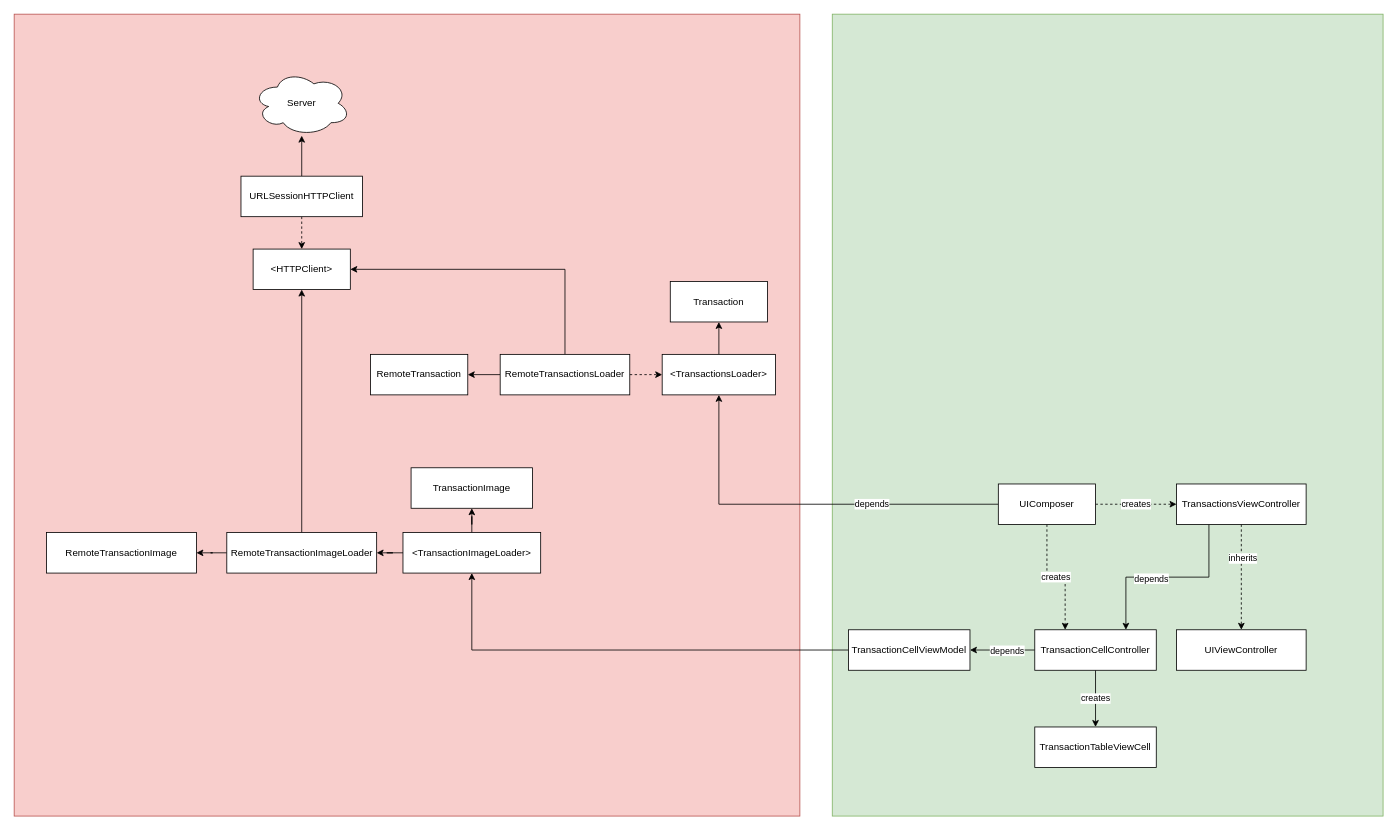
Valentin-Kalchev/transactions keeps this draw.io diagram as Transactions.drawio. Above is the earlier version. Source tidied: cells renumbered, new cells numbered last; positions are measured from the earlier drawing's top-left corner, leaving out a move shared by most shapes. Both pictures are drawn from the tidied source at 81%, with x=0, y=0 at pixel (14, 14).
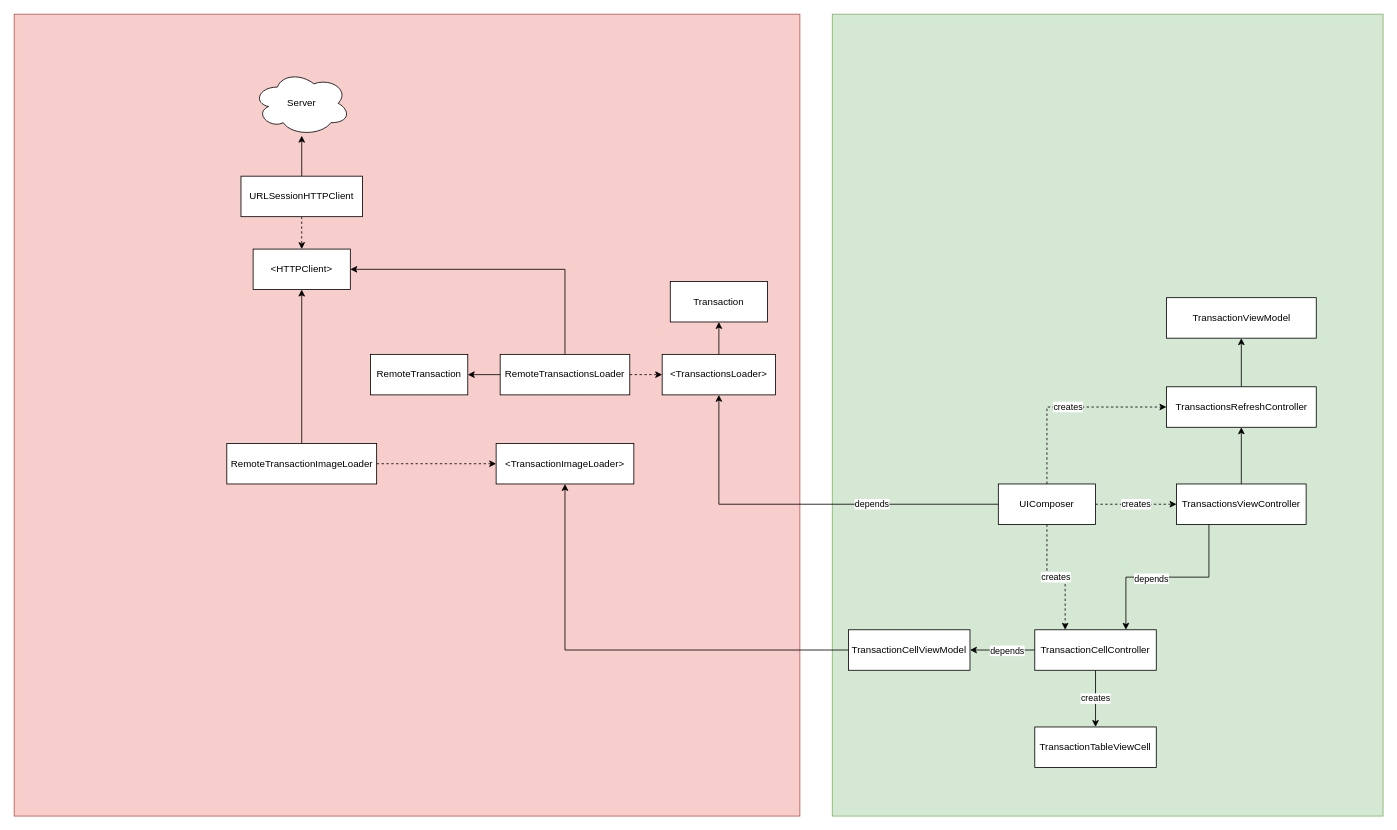
The same diagram, later.

Commit message (it also covers changes not shown here):
Code cleanup and updated architecture diagram

Unchanged cells that the change refers to:
```xml
<mxCell id="20" value="UIComposer" style="rounded=0;whiteSpace=wrap;html=1;" parent="1" vertex="1">
  <mxGeometry x="1215" y="580" width="120" height="50" as="geometry" />
</mxCell>
<mxCell id="25" value="TransactionsViewController" style="rounded=0;whiteSpace=wrap;html=1;" parent="1" vertex="1">
  <mxGeometry x="1435" y="580" width="160" height="50" as="geometry" />
</mxCell>
```

The edit, as a diff of the source:
```diff
@@
+    <mxCell id="43" value="creates" style="edgeStyle=orthogonalEdgeStyle;rounded=0;jettySize=auto;html=1;entryX=0;entryY=0.5;entryDx=0;entryDy=0;exitX=0.5;exitY=0;exitDx=0;exitDy=0;dashed=1;" parent="1" edge="1" source="20" target="47">
+      <mxGeometry relative="1" as="geometry" />
+    </mxCell>
@@
-    <mxCell id="21" style="edgeStyle=orthogonalEdgeStyle;rounded=0;jettySize=auto;html=1;dashed=1;" parent="1" edge="1" source="25" target="27">
-      <mxGeometry relative="1" as="geometry" />
-    </mxCell>
-    <mxCell id="22" value="inherits" style="edgeLabel;html=1;align=center;verticalAlign=middle;" parent="21" vertex="1">
-      <mxGeometry x="-0.37" y="1" relative="1" as="geometry" />
-    </mxCell>
@@
+    <mxCell id="44" style="edgeStyle=orthogonalEdgeStyle;rounded=0;jettySize=auto;html=1;" parent="1" edge="1" source="25" target="47">
+      <mxGeometry relative="1" as="geometry" />
+    </mxCell>
@@
-    <mxCell id="27" value="UIViewController" style="rounded=0;whiteSpace=wrap;html=1;" parent="1" vertex="1">
-      <mxGeometry x="1435" y="760" width="160" height="50" as="geometry" />
-    </mxCell>
@@
-    <mxCell id="34" style="edgeStyle=orthogonalEdgeStyle;rounded=0;jettySize=auto;html=1;" parent="1" edge="1" source="36" target="37">
-      <mxGeometry relative="1" as="geometry" />
-    </mxCell>
-    <mxCell id="35" style="edgeStyle=orthogonalEdgeStyle;rounded=0;jettySize=auto;html=1;" parent="1" edge="1" source="36" target="40">
-      <mxGeometry relative="1" as="geometry" />
-    </mxCell>
     <mxCell id="36" value="&amp;lt;TransactionImageLoader&amp;gt;" style="rounded=0;whiteSpace=wrap;html=1;" parent="1" vertex="1">
-      <mxGeometry x="480" y="640" width="170" height="50" as="geometry" />
+      <mxGeometry x="595" y="530" width="170" height="50" as="geometry" />
     </mxCell>
-    <mxCell id="37" value="TransactionImage" style="rounded=0;whiteSpace=wrap;html=1;" parent="1" vertex="1">
-      <mxGeometry x="490" y="560" width="150" height="50" as="geometry" />
-    </mxCell>
-    <mxCell id="38" style="edgeStyle=orthogonalEdgeStyle;rounded=0;jettySize=auto;html=1;" parent="1" edge="1" source="40" target="41">
-      <mxGeometry relative="1" as="geometry" />
-    </mxCell>
@@
+    <mxCell id="45" style="edgeStyle=orthogonalEdgeStyle;rounded=0;jettySize=auto;html=1;dashed=1;" parent="1" edge="1" source="40" target="36">
+      <mxGeometry relative="1" as="geometry" />
+    </mxCell>
     <mxCell id="40" value="RemoteTransactionImageLoader" style="rounded=0;whiteSpace=wrap;html=1;" parent="1" vertex="1">
-      <mxGeometry x="262.5" y="640" width="185" height="50" as="geometry" />
+      <mxGeometry x="262.5" y="530" width="185" height="50" as="geometry" />
     </mxCell>
-    <mxCell id="41" value="RemoteTransactionImage" style="rounded=0;whiteSpace=wrap;html=1;" parent="1" vertex="1">
-      <mxGeometry x="40" y="640" width="185" height="50" as="geometry" />
-    </mxCell>
@@
+    <mxCell id="46" style="edgeStyle=orthogonalEdgeStyle;rounded=0;jettySize=auto;html=1;" parent="1" edge="1" source="47" target="48">
+      <mxGeometry relative="1" as="geometry" />
+    </mxCell>
+    <mxCell id="47" value="TransactionsRefreshController" style="rounded=0;whiteSpace=wrap;html=1;" parent="1" vertex="1">
+      <mxGeometry x="1422.5" y="460" width="185" height="50" as="geometry" />
+    </mxCell>
+    <mxCell id="48" value="TransactionViewModel" style="rounded=0;whiteSpace=wrap;html=1;" parent="1" vertex="1">
+      <mxGeometry x="1422.5" y="350" width="185" height="50" as="geometry" />
+    </mxCell>
```
